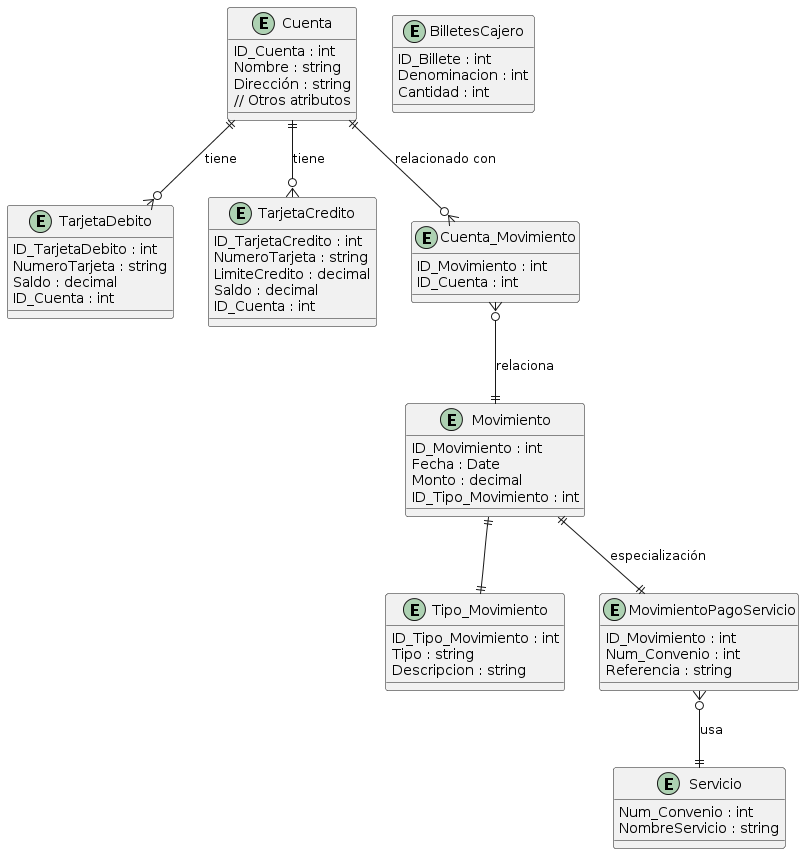
Before: Documentos/diagrama BD.png, a diagram exported from PlantUML (AxlAleT/Examen). Its diagram source:
```plantuml
@startuml
entity Cuenta {
    ID_Cuenta : int
    Nombre : string
    Dirección : string
    // Otros atributos
}

entity TarjetaDebito {
    ID_TarjetaDebito : int
    NumeroTarjeta : string
    Saldo : decimal
    ID_Cuenta : int
}

entity TarjetaCredito {
    ID_TarjetaCredito : int
    NumeroTarjeta : string
    LimiteCredito : decimal
    Saldo : decimal
    ID_Cuenta : int
}

entity Movimiento {
    ID_Movimiento : int
    Fecha : Date
    Monto : decimal
    ID_Tipo_Movimiento : int
}

entity Tipo_Movimiento {
    ID_Tipo_Movimiento : int
    Tipo : string
    Descripcion : string
}

entity MovimientoPagoServicio {
    ID_Movimiento : int
    Num_Convenio : int
    Referencia : string
}

entity Servicio {
    Num_Convenio : int
    NombreServicio : string
}

entity Cuenta_Movimiento {
    ID_Movimiento : int
    ID_Cuenta : int
}

entity BilletesCajero {
    ID_Billete : int
    Denominacion : int
    Cantidad : int
}

Cuenta ||--o{ TarjetaDebito : "tiene"
Cuenta ||--o{ TarjetaCredito : "tiene"
Cuenta ||--o{ Cuenta_Movimiento : "relacionado con"
Cuenta_Movimiento }o--|| Movimiento : "relaciona"

Movimiento ||--|| MovimientoPagoServicio : "especialización"
Movimiento ||--|| Tipo_Movimiento

MovimientoPagoServicio }o--|| Servicio : "usa"
@enduml
```
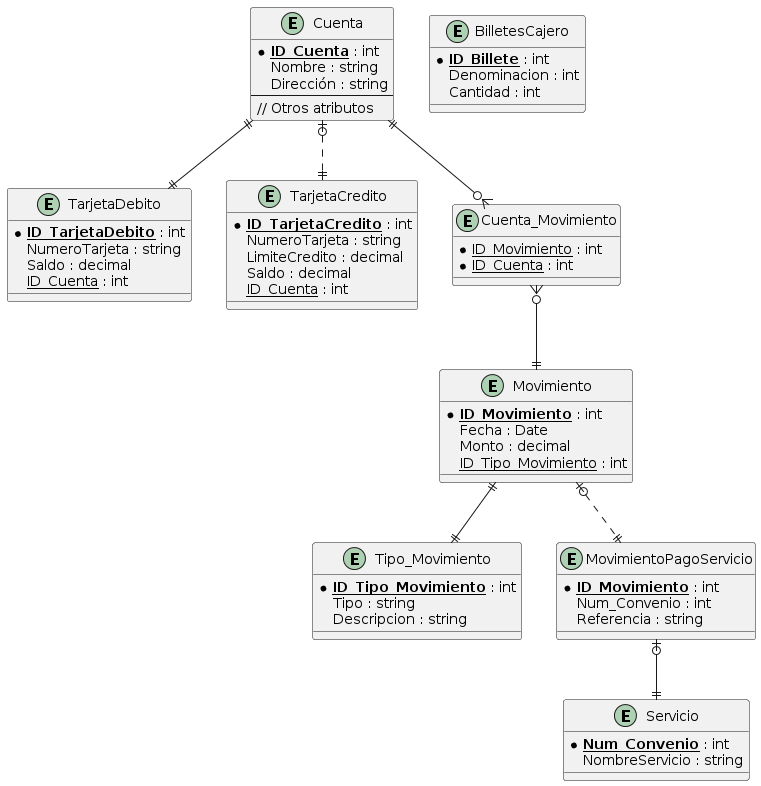
The same diagram one commit later.

Commit message:
se agrego el diagrama de arquitectura

Change to the diagram source:
```diff
@@ -1,68 +1,72 @@
 @startuml
+!define primary_key(x) <b><u>x</u></b>
+!define foreign_key(x) <u>x</u>
+
 entity Cuenta {
-    ID_Cuenta : int
+    *primary_key(ID_Cuenta) : int
     Nombre : string
     Dirección : string
+    --
     // Otros atributos
 }
 
 entity TarjetaDebito {
-    ID_TarjetaDebito : int
+    *primary_key(ID_TarjetaDebito) : int
     NumeroTarjeta : string
     Saldo : decimal
-    ID_Cuenta : int
+    foreign_key(ID_Cuenta) : int
 }
 
 entity TarjetaCredito {
-    ID_TarjetaCredito : int
+    *primary_key(ID_TarjetaCredito) : int
     NumeroTarjeta : string
     LimiteCredito : decimal
     Saldo : decimal
-    ID_Cuenta : int
+    foreign_key(ID_Cuenta) : int
 }
 
 entity Movimiento {
-    ID_Movimiento : int
+    *primary_key(ID_Movimiento) : int
     Fecha : Date
     Monto : decimal
-    ID_Tipo_Movimiento : int
+    foreign_key(ID_Tipo_Movimiento) : int
 }
 
 entity Tipo_Movimiento {
-    ID_Tipo_Movimiento : int
+    *primary_key(ID_Tipo_Movimiento) : int
     Tipo : string
     Descripcion : string
 }
 
 entity MovimientoPagoServicio {
-    ID_Movimiento : int
+    *primary_key(ID_Movimiento) : int
     Num_Convenio : int
     Referencia : string
 }
 
 entity Servicio {
-    Num_Convenio : int
+    *primary_key(Num_Convenio) : int
     NombreServicio : string
 }
 
 entity Cuenta_Movimiento {
-    ID_Movimiento : int
-    ID_Cuenta : int
+    *foreign_key(ID_Movimiento) : int
+    *foreign_key(ID_Cuenta) : int
 }
 
 entity BilletesCajero {
-    ID_Billete : int
+    *primary_key(ID_Billete) : int
     Denominacion : int
     Cantidad : int
 }
 
-Cuenta ||--o{ TarjetaDebito : "tiene"
-Cuenta ||--o{ TarjetaCredito : "tiene"
-Cuenta ||--o{ Cuenta_Movimiento : "relacionado con"
-Cuenta_Movimiento }o--|| Movimiento : "relaciona"
+Cuenta ||--|| TarjetaDebito
+Cuenta |o..|| TarjetaCredito
+Cuenta ||--o{ Cuenta_Movimiento
+Cuenta_Movimiento }o--|| Movimiento
 
-Movimiento ||--|| MovimientoPagoServicio : "especialización"
+Movimiento |o..|| MovimientoPagoServicio
 Movimiento ||--|| Tipo_Movimiento
 
-MovimientoPagoServicio }o--|| Servicio : "usa"
+MovimientoPagoServicio |o--|| Servicio
 @enduml
```
